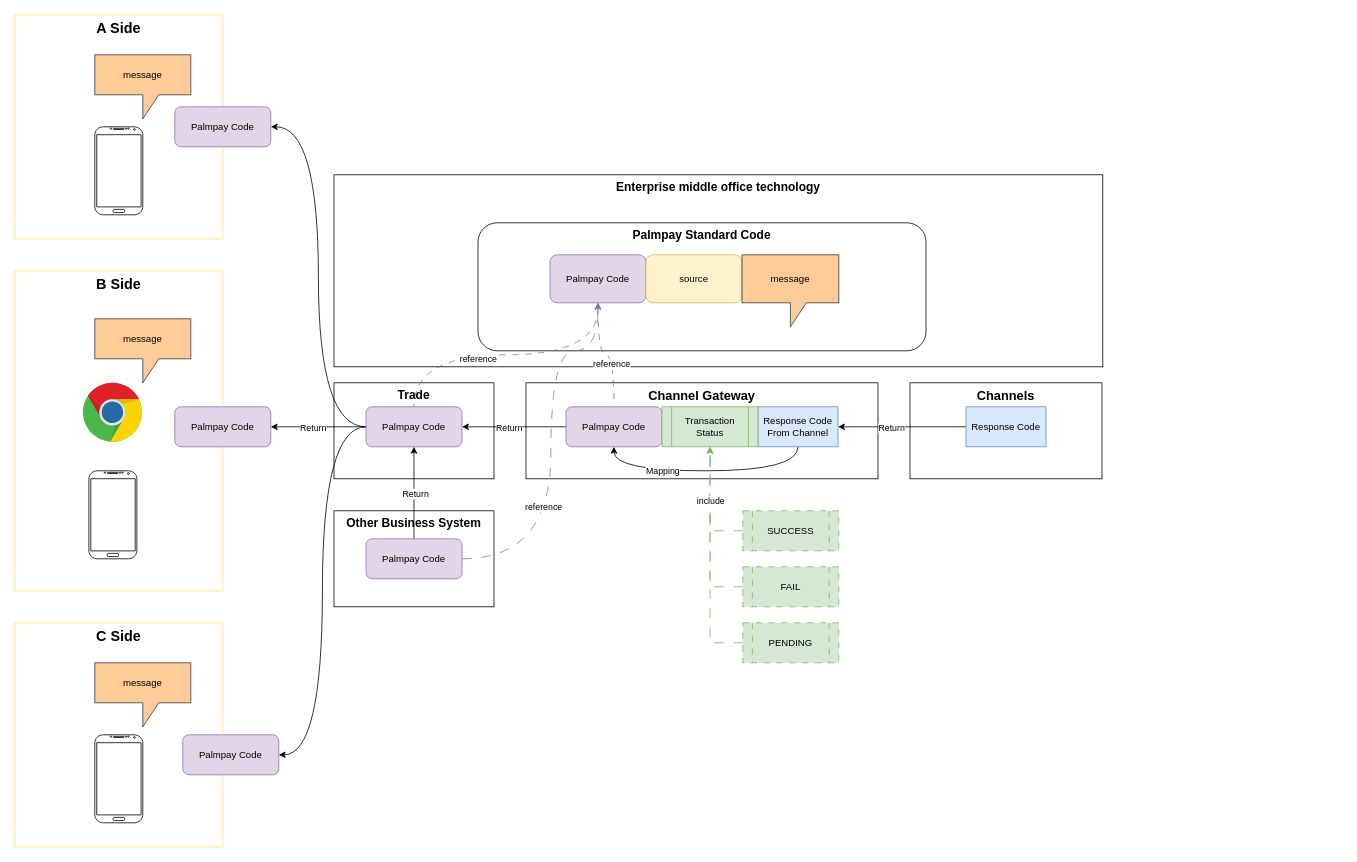
Before: Palmpay Standard Response Code.drawio in catface996/images, a draw.io diagram. Source tidied: cells renumbered, new cells numbered last; positions are measured from the earlier drawing's top-left corner, leaving out a move shared by most shapes. Both pictures are drawn from the tidied source at 80%, with x=0, y=0 at pixel (14, 14).
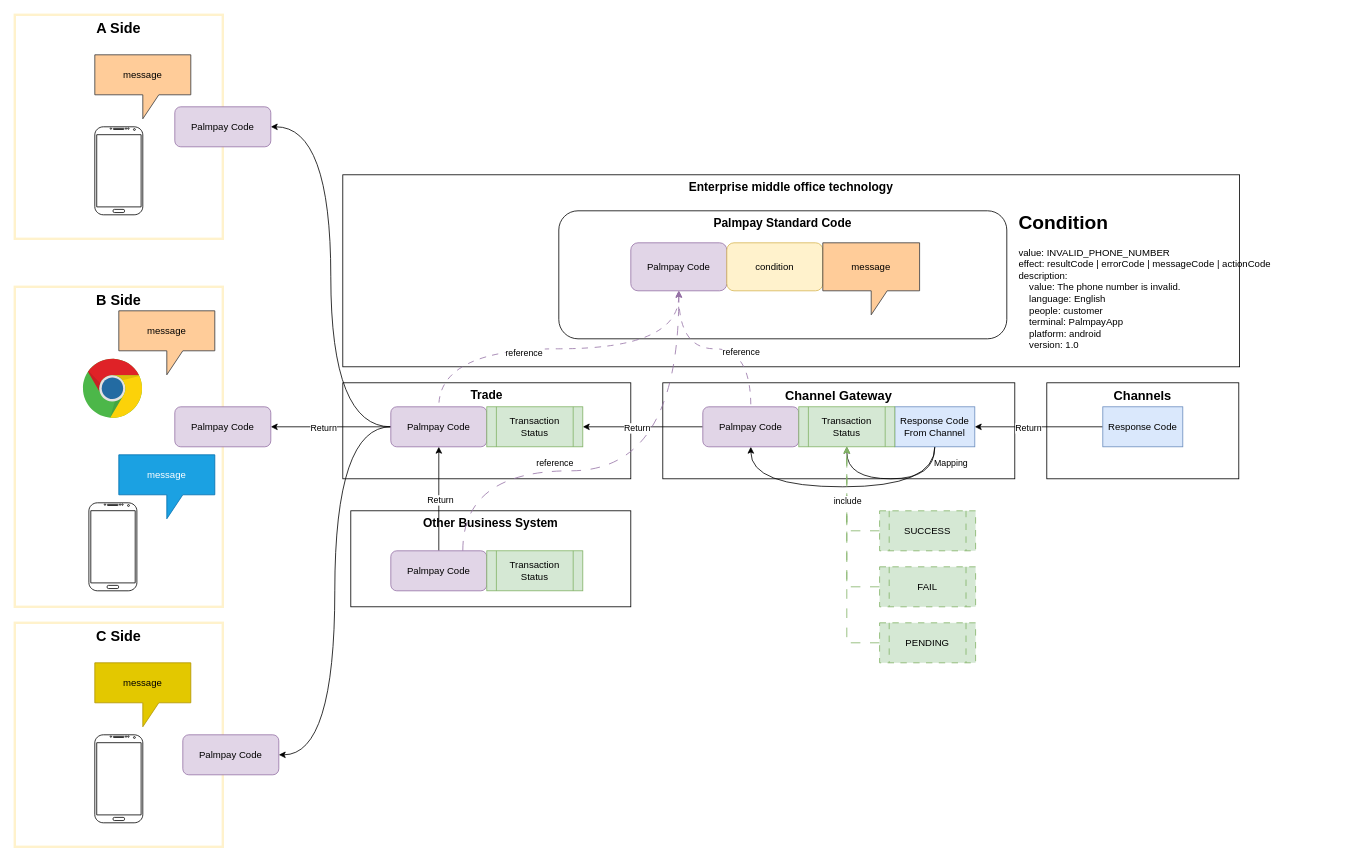
The same diagram, later.

What changed in the source:
```diff
@@
     <mxCell id="2" value="Enterprise middle office technology" style="rounded=0;whiteSpace=wrap;html=1;verticalAlign=top;fontStyle=1;fontSize=15;" parent="1" vertex="1">
-      <mxGeometry x="399" y="200" width="961" height="240" as="geometry" />
+      <mxGeometry x="410" y="200" width="1121" height="240" as="geometry" />
     </mxCell>
+    <mxCell id="4" value="B Side" style="rounded=0;whiteSpace=wrap;html=1;verticalAlign=top;fontStyle=1;fontSize=18;strokeColor=#FFF2CC;strokeWidth=3;" parent="1" vertex="1">
+      <mxGeometry y="340" width="260" height="400" as="geometry" />
+    </mxCell>
@@
-    <mxCell id="4" value="B Side" style="rounded=0;whiteSpace=wrap;html=1;verticalAlign=top;fontStyle=1;fontSize=18;strokeColor=#FFF2CC;strokeWidth=3;" parent="1" vertex="1">
-      <mxGeometry y="320" width="260" height="400" as="geometry" />
-    </mxCell>
@@
     <mxCell id="6" value="Trade" style="rounded=0;whiteSpace=wrap;html=1;verticalAlign=top;fontStyle=1;fontSize=15;" parent="1" vertex="1">
-      <mxGeometry x="399" y="460" width="200" height="120" as="geometry" />
+      <mxGeometry x="410" y="460" width="360" height="120" as="geometry" />
     </mxCell>
     <mxCell id="7" value="Other Business System" style="rounded=0;whiteSpace=wrap;html=1;verticalAlign=top;fontStyle=1;fontSize=15;" parent="1" vertex="1">
-      <mxGeometry x="399" y="620" width="200" height="120" as="geometry" />
+      <mxGeometry x="420" y="620" width="350" height="120" as="geometry" />
     </mxCell>
     <mxCell id="8" value="Channel Gateway" style="rounded=0;whiteSpace=wrap;html=1;verticalAlign=top;fontSize=16;fontStyle=1;" parent="1" vertex="1">
-      <mxGeometry x="639" y="460" width="440" height="120" as="geometry" />
+      <mxGeometry x="810" y="460" width="440" height="120" as="geometry" />
     </mxCell>
     <mxCell id="9" style="edgeStyle=orthogonalEdgeStyle;rounded=0;jettySize=auto;html=1;entryX=0.5;entryY=1;entryDx=0;entryDy=0;exitX=0.5;exitY=1;exitDx=0;exitDy=0;curved=1;" parent="1" edge="1" source="11" target="26">
       <mxGeometry relative="1" as="geometry">
         <Array as="points">
-          <mxPoint x="979" y="570" />
-          <mxPoint x="749" y="570" />
+          <mxPoint x="1150" y="590" />
+          <mxPoint x="920" y="590" />
         </Array>
       </mxGeometry>
     </mxCell>
     <mxCell id="10" value="Mapping" style="edgeLabel;html=1;align=center;verticalAlign=middle;" parent="9" vertex="1">
       <mxGeometry x="0.12" y="2" relative="1" as="geometry">
-        <mxPoint x="-38" y="-2" as="offset" />
+        <mxPoint x="154" y="-32" as="offset" />
       </mxGeometry>
     </mxCell>
+    <mxCell id="55" style="edgeStyle=orthogonalEdgeStyle;rounded=0;jettySize=auto;html=1;entryX=0.5;entryY=1;entryDx=0;entryDy=0;curved=1;" parent="1" edge="1" source="11" target="27">
+      <mxGeometry relative="1" as="geometry">
+        <Array as="points">
+          <mxPoint x="1150" y="580" />
+          <mxPoint x="1040" y="580" />
+        </Array>
+      </mxGeometry>
+    </mxCell>
     <mxCell id="11" value="Response Code&lt;br&gt;From Channel" style="rounded=0;whiteSpace=wrap;html=1;fillColor=#dae8fc;strokeColor=#6c8ebf;" parent="1" vertex="1">
-      <mxGeometry x="929" y="490" width="100" height="50" as="geometry" />
+      <mxGeometry x="1100" y="490" width="100" height="50" as="geometry" />
     </mxCell>
     <mxCell id="12" value="Channels" style="rounded=0;whiteSpace=wrap;html=1;verticalAlign=top;fontSize=16;fontStyle=1;" parent="1" vertex="1">
-      <mxGeometry x="1119" y="460" width="240" height="120" as="geometry" />
+      <mxGeometry x="1290" y="460" width="240" height="120" as="geometry" />
     </mxCell>
@@
     <mxCell id="16" value="Response Code" style="rounded=0;whiteSpace=wrap;html=1;fillColor=#dae8fc;strokeColor=#6c8ebf;" parent="1" vertex="1">
-      <mxGeometry x="1189" y="490" width="100" height="50" as="geometry" />
+      <mxGeometry x="1360" y="490" width="100" height="50" as="geometry" />
     </mxCell>
     <mxCell id="17" value="Palmpay Standard Code" style="rounded=1;whiteSpace=wrap;html=1;verticalAlign=top;fontStyle=1;fontSize=15;" parent="1" vertex="1">
-      <mxGeometry x="579" y="260" width="560" height="160" as="geometry" />
+      <mxGeometry x="680" y="245" width="560" height="160" as="geometry" />
     </mxCell>
@@
     <mxCell id="22" value="Palmpay Code" style="rounded=1;whiteSpace=wrap;html=1;fillColor=#e1d5e7;strokeColor=#9673a6;" parent="1" vertex="1">
-      <mxGeometry x="669" y="300" width="120" height="60" as="geometry" />
+      <mxGeometry x="770" y="285" width="120" height="60" as="geometry" />
     </mxCell>
-    <mxCell id="23" value="source" style="rounded=1;whiteSpace=wrap;html=1;fillColor=#fff2cc;strokeColor=#d6b656;" parent="1" vertex="1">
-      <mxGeometry x="789" y="300" width="120" height="60" as="geometry" />
+    <mxCell id="23" value="condition" style="rounded=1;whiteSpace=wrap;html=1;fillColor=#fff2cc;strokeColor=#d6b656;" parent="1" vertex="1">
+      <mxGeometry x="890" y="285" width="120" height="60" as="geometry" />
     </mxCell>
-    <mxCell id="24" style="edgeStyle=orthogonalEdgeStyle;rounded=0;jettySize=auto;html=1;entryX=1;entryY=0.5;entryDx=0;entryDy=0;" parent="1" edge="1" source="26" target="39">
+    <mxCell id="24" style="edgeStyle=orthogonalEdgeStyle;rounded=0;jettySize=auto;html=1;entryX=1;entryY=0.5;entryDx=0;entryDy=0;" parent="1" edge="1" source="26" target="56">
       <mxGeometry relative="1" as="geometry" />
     </mxCell>
@@
     <mxCell id="26" value="Palmpay Code" style="rounded=1;whiteSpace=wrap;html=1;fillColor=#e1d5e7;strokeColor=#9673a6;" parent="1" vertex="1">
-      <mxGeometry x="689" y="490" width="120" height="50" as="geometry" />
+      <mxGeometry x="860" y="490" width="120" height="50" as="geometry" />
     </mxCell>
     <mxCell id="27" value="Transaction&lt;br&gt;Status" style="shape=process;whiteSpace=wrap;html=1;backgroundOutline=1;fillColor=#d5e8d4;strokeColor=#82b366;" parent="1" vertex="1">
-      <mxGeometry x="809" y="490" width="120" height="50" as="geometry" />
+      <mxGeometry x="980" y="490" width="120" height="50" as="geometry" />
     </mxCell>
     <mxCell id="28" style="dashed=0;html=1;align=center;labelPosition=center;verticalLabelPosition=bottom;verticalAlign=top;shape=mxgraph.weblogos.chrome;" parent="1" vertex="1">
-      <mxGeometry x="85.2" y="460" width="74.8" height="75.4" as="geometry" />
+      <mxGeometry x="85.2" y="430" width="74.8" height="75.4" as="geometry" />
     </mxCell>
     <mxCell id="29" style="verticalLabelPosition=bottom;verticalAlign=top;html=1;shadow=0;dashed=0;strokeWidth=1;shape=mxgraph.android.phone2;strokeColor=#000000;" parent="1" vertex="1">
-      <mxGeometry x="92.6" y="570" width="60" height="110" as="geometry" />
+      <mxGeometry x="92.6" y="610" width="60" height="110" as="geometry" />
     </mxCell>
@@
     <mxCell id="31" value="message" style="shape=callout;whiteSpace=wrap;html=1;perimeter=calloutPerimeter;fillColor=#ffcc99;strokeColor=#36393d;" parent="1" vertex="1">
-      <mxGeometry x="100" y="380" width="120" height="80" as="geometry" />
+      <mxGeometry x="130" y="370" width="120" height="80" as="geometry" />
     </mxCell>
@@
-    <mxCell id="33" value="message" style="shape=callout;whiteSpace=wrap;html=1;perimeter=calloutPerimeter;fillColor=#ffcc99;strokeColor=#36393d;" parent="1" vertex="1">
+    <mxCell id="33" value="message" style="shape=callout;whiteSpace=wrap;html=1;perimeter=calloutPerimeter;fillColor=#e3c800;strokeColor=#B09500;fontColor=#000000;" parent="1" vertex="1">
       <mxGeometry x="100" y="810" width="120" height="80" as="geometry" />
     </mxCell>
@@
     <mxCell id="39" value="Palmpay Code" style="rounded=1;whiteSpace=wrap;html=1;fillColor=#e1d5e7;strokeColor=#9673a6;" parent="1" vertex="1">
-      <mxGeometry x="439" y="490" width="120" height="50" as="geometry" />
+      <mxGeometry x="470" y="490" width="120" height="50" as="geometry" />
     </mxCell>
@@
-    <mxCell id="44" style="edgeStyle=orthogonalEdgeStyle;rounded=0;jettySize=auto;html=1;entryX=0.5;entryY=1;entryDx=0;entryDy=0;curved=1;dashed=1;fillColor=#e1d5e7;strokeColor=#9673a6;dashPattern=12 12;" parent="1" edge="1" source="46" target="22">
+    <mxCell id="44" style="rounded=0;jettySize=auto;html=1;entryX=0.5;entryY=1;entryDx=0;entryDy=0;dashed=1;fillColor=#e1d5e7;strokeColor=#9673a6;dashPattern=12 12;exitX=0.75;exitY=0;exitDx=0;exitDy=0;edgeStyle=orthogonalEdgeStyle;curved=1;" parent="1" edge="1" source="46" target="22">
       <mxGeometry relative="1" as="geometry">
         <Array as="points">
-          <mxPoint x="670" y="680" />
-          <mxPoint x="670" y="420" />
-          <mxPoint x="729" y="420" />
+          <mxPoint x="560" y="570" />
+          <mxPoint x="830" y="570" />
         </Array>
       </mxGeometry>
     </mxCell>
@@
     <mxCell id="46" value="Palmpay Code" style="rounded=1;whiteSpace=wrap;html=1;fillColor=#e1d5e7;strokeColor=#9673a6;" parent="1" vertex="1">
-      <mxGeometry x="439" y="655" width="120" height="50" as="geometry" />
+      <mxGeometry x="470" y="670" width="120" height="50" as="geometry" />
     </mxCell>
     <mxCell id="47" value="message" style="shape=callout;whiteSpace=wrap;html=1;perimeter=calloutPerimeter;fillColor=#ffcc99;strokeColor=#36393d;" parent="1" vertex="1">
-      <mxGeometry x="909" y="300" width="121" height="90" as="geometry" />
+      <mxGeometry x="1010" y="285" width="121" height="90" as="geometry" />
     </mxCell>
@@
     <mxCell id="49" value="SUCCESS" style="shape=process;whiteSpace=wrap;html=1;backgroundOutline=1;fillColor=#d5e8d4;strokeColor=#82b366;dashed=1;dashPattern=8 8;" parent="1" vertex="1">
-      <mxGeometry x="910" y="620" width="120" height="50" as="geometry" />
+      <mxGeometry x="1081" y="620" width="120" height="50" as="geometry" />
     </mxCell>
@@
     <mxCell id="51" value="FAIL" style="shape=process;whiteSpace=wrap;html=1;backgroundOutline=1;fillColor=#d5e8d4;strokeColor=#82b366;dashed=1;dashPattern=8 8;" parent="1" vertex="1">
-      <mxGeometry x="910" y="690" width="120" height="50" as="geometry" />
+      <mxGeometry x="1081" y="690" width="120" height="50" as="geometry" />
     </mxCell>
     <mxCell id="52" style="edgeStyle=orthogonalEdgeStyle;rounded=0;jettySize=auto;html=1;entryX=0.5;entryY=1;entryDx=0;entryDy=0;dashed=1;dashPattern=12 12;fillColor=#d5e8d4;strokeColor=#82b366;" parent="1" edge="1" source="54" target="27">
       <mxGeometry relative="1" as="geometry">
         <Array as="points">
-          <mxPoint x="869" y="785" />
+          <mxPoint x="1040" y="785" />
         </Array>
       </mxGeometry>
     </mxCell>
@@
     <mxCell id="54" value="PENDING" style="shape=process;whiteSpace=wrap;html=1;backgroundOutline=1;fillColor=#d5e8d4;strokeColor=#82b366;dashed=1;dashPattern=8 8;" parent="1" vertex="1">
-      <mxGeometry x="910" y="760" width="120" height="50" as="geometry" />
+      <mxGeometry x="1081" y="760" width="120" height="50" as="geometry" />
     </mxCell>
+    <mxCell id="56" value="Transaction&lt;br&gt;Status" style="shape=process;whiteSpace=wrap;html=1;backgroundOutline=1;fillColor=#d5e8d4;strokeColor=#82b366;" parent="1" vertex="1">
+      <mxGeometry x="590" y="490" width="120" height="50" as="geometry" />
+    </mxCell>
+    <mxCell id="57" value="Transaction&lt;br&gt;Status" style="shape=process;whiteSpace=wrap;html=1;backgroundOutline=1;fillColor=#d5e8d4;strokeColor=#82b366;" parent="1" vertex="1">
+      <mxGeometry x="590" y="670" width="120" height="50" as="geometry" />
+    </mxCell>
+    <mxCell id="58" value="&lt;h1&gt;Condition&lt;/h1&gt;&lt;div&gt;value: INVALID_PHONE_NUMBER&lt;br&gt;&lt;/div&gt;&lt;div&gt;&lt;div&gt;effect: resultCode | errorCode | messageCode | actionCode&lt;/div&gt;&lt;div&gt;description:&lt;/div&gt;&lt;div&gt;&lt;span style=&quot;&quot;&gt;&lt;span style=&quot;white-space: pre;&quot;&gt;&amp;nbsp;&amp;nbsp;&amp;nbsp;&amp;nbsp;&lt;/span&gt;&lt;/span&gt;value: The phone number is invalid.&lt;/div&gt;&lt;div&gt;&lt;span style=&quot;&quot;&gt;&lt;span style=&quot;white-space: pre;&quot;&gt;&amp;nbsp;&amp;nbsp;&amp;nbsp;&amp;nbsp;&lt;/span&gt;&lt;/span&gt;language: English&lt;/div&gt;&lt;div&gt;&lt;span style=&quot;&quot;&gt;&lt;span style=&quot;white-space: pre;&quot;&gt;&amp;nbsp;&amp;nbsp;&amp;nbsp;&amp;nbsp;&lt;/span&gt;&lt;/span&gt;people: customer&lt;/div&gt;&lt;div&gt;&lt;span style=&quot;&quot;&gt;&lt;span style=&quot;white-space: pre;&quot;&gt;&amp;nbsp;&amp;nbsp;&amp;nbsp;&amp;nbsp;&lt;/span&gt;&lt;/span&gt;terminal: PalmpayApp&lt;/div&gt;&lt;div&gt;&lt;span style=&quot;&quot;&gt;&lt;span style=&quot;white-space: pre;&quot;&gt;&amp;nbsp;&amp;nbsp;&amp;nbsp;&amp;nbsp;&lt;/span&gt;&lt;/span&gt;platform: android&lt;/div&gt;&lt;div&gt;&lt;span style=&quot;&quot;&gt;&lt;span style=&quot;white-space: pre;&quot;&gt;&amp;nbsp;&amp;nbsp;&amp;nbsp;&amp;nbsp;&lt;/span&gt;&lt;/span&gt;version: 1.0&lt;/div&gt;&lt;/div&gt;&lt;ul&gt;&lt;ul&gt;&lt;br&gt;  &lt;/ul&gt;&lt;/ul&gt;" style="text;html=1;strokeColor=none;fillColor=none;spacing=5;spacingTop=-20;whiteSpace=wrap;overflow=hidden;rounded=0;" parent="1" vertex="1">
+      <mxGeometry x="1250" y="240" width="410" height="180" as="geometry" />
+    </mxCell>
+    <mxCell id="59" value="message" style="shape=callout;whiteSpace=wrap;html=1;perimeter=calloutPerimeter;fillColor=#1ba1e2;strokeColor=#006EAF;fontColor=#ffffff;" parent="1" vertex="1">
+      <mxGeometry x="130" y="550" width="120" height="80" as="geometry" />
+    </mxCell>
```
